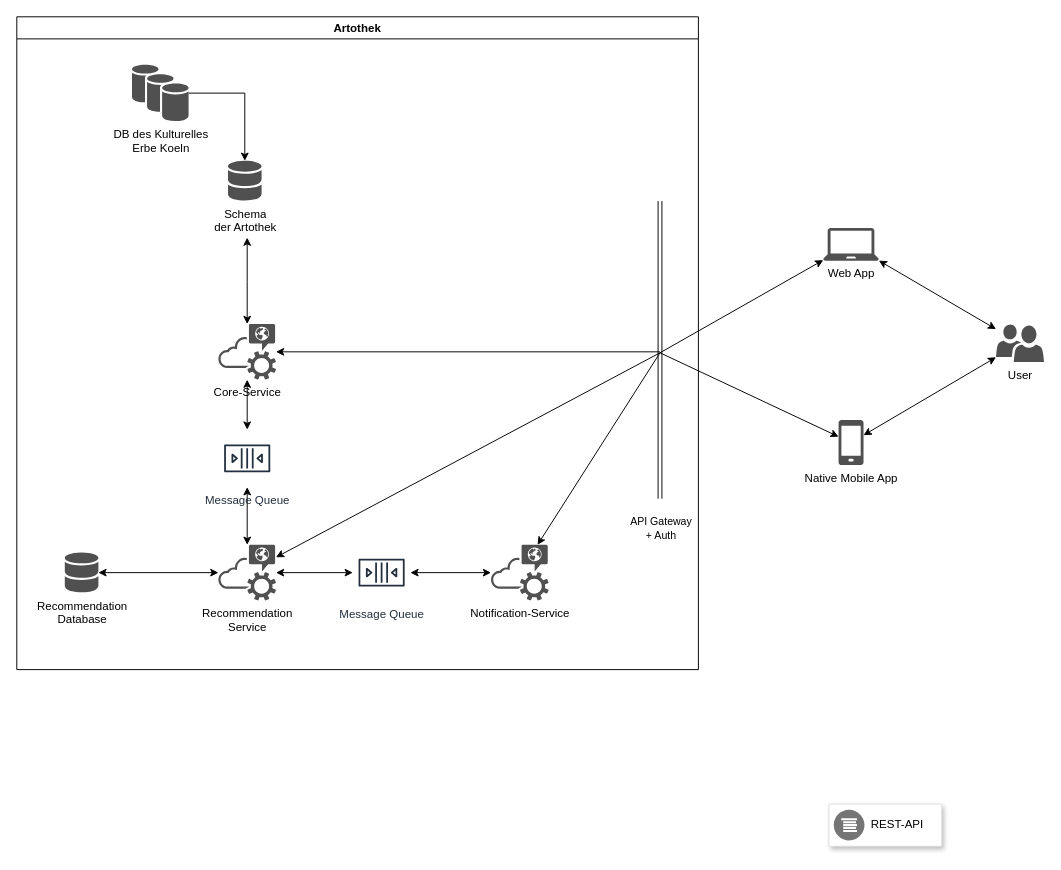
Before: page "Architecture Diagram" (3 of 5) of Artefakte/Untitled Diagram.drawio in JJJS777/EPWS2122KwintSchiller, a draw.io diagram. Source tidied: cells renumbered, new cells numbered last; positions are measured from the earlier drawing's top-left corner, leaving out a move shared by most shapes. Both pictures are drawn from the tidied source at 96%, with x=0, y=0 at pixel (16, 16).
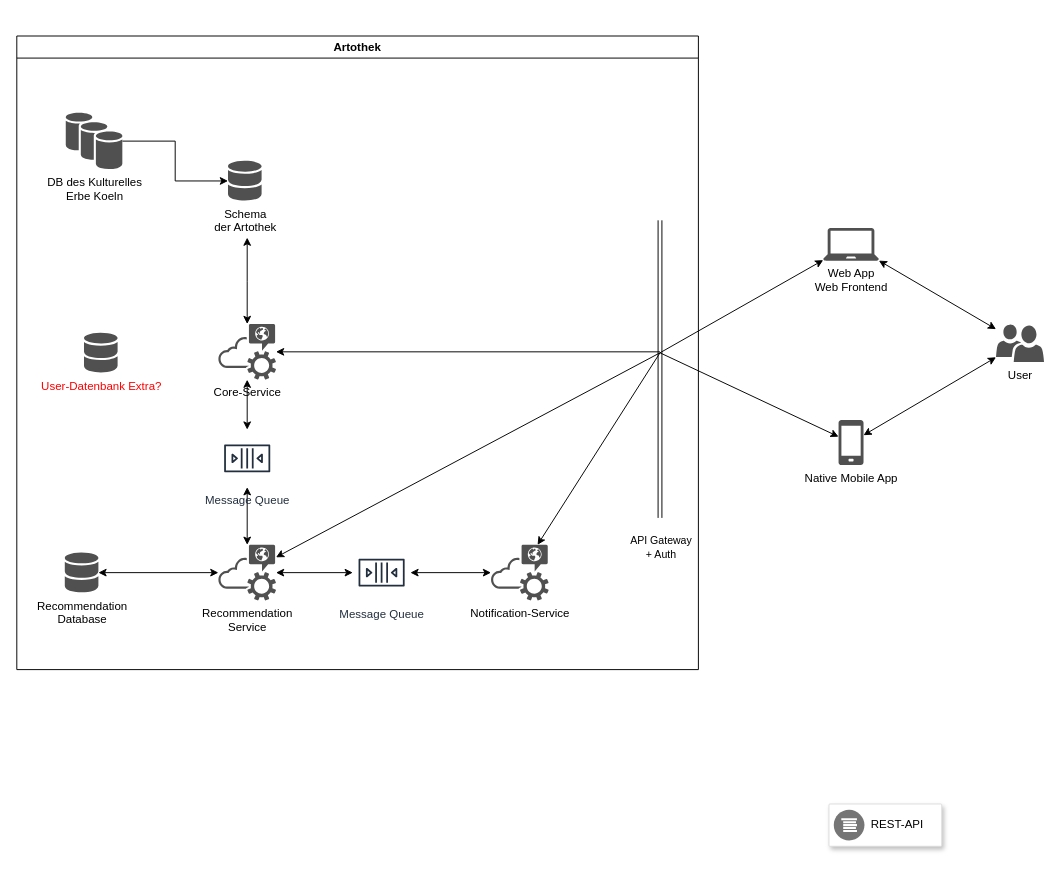
After the change.

Diff of the diagram source:
```diff
@@
-    <mxCell id="4" value="DB des Kulturelles &lt;br&gt;Erbe Koeln" style="sketch=0;shadow=0;dashed=0;html=1;strokeColor=none;fillColor=#505050;labelPosition=center;verticalLabelPosition=bottom;verticalAlign=top;outlineConnect=0;align=center;shape=mxgraph.office.databases.database_availability_group;" parent="1" vertex="1">
-      <mxGeometry x="120" y="50" width="59" height="59" as="geometry" />
-    </mxCell>
@@
     <mxCell id="27" value="Artothek" style="swimlane;" parent="1" vertex="1">
-      <mxGeometry width="710" height="680" as="geometry" />
+      <mxGeometry y="20" width="710" height="660" as="geometry" />
     </mxCell>
@@
+    <mxCell id="4" value="DB des Kulturelles &lt;br&gt;Erbe Koeln" style="sketch=0;shadow=0;dashed=0;html=1;strokeColor=none;fillColor=#505050;labelPosition=center;verticalLabelPosition=bottom;verticalAlign=top;outlineConnect=0;align=center;shape=mxgraph.office.databases.database_availability_group;" parent="27" vertex="1">
+      <mxGeometry x="51" y="80" width="59" height="59" as="geometry" />
+    </mxCell>
+    <mxCell id="32" value="&lt;font color=&quot;#FF0000&quot;&gt;User-Datenbank Extra?&lt;/font&gt;" style="sketch=0;shadow=0;dashed=0;html=1;strokeColor=none;fillColor=#505050;labelPosition=center;verticalLabelPosition=bottom;verticalAlign=top;align=center;shape=mxgraph.office.databases.database_mini_2;" parent="27" vertex="1">
+      <mxGeometry x="70" y="309" width="35" height="42" as="geometry" />
+    </mxCell>
@@
-    <mxCell id="31" value="Web App" style="shadow=0;dashed=0;html=1;strokeColor=none;fillColor=#505050;labelPosition=center;verticalLabelPosition=bottom;verticalAlign=top;outlineConnect=0;align=center;shape=mxgraph.office.devices.laptop;" parent="1" vertex="1">
+    <mxCell id="31" value="&lt;div&gt;Web App&lt;br&gt;Web Frontend&lt;br&gt;&lt;/div&gt;" style="shadow=0;dashed=0;html=1;strokeColor=none;fillColor=#505050;labelPosition=center;verticalLabelPosition=bottom;verticalAlign=top;outlineConnect=0;align=center;shape=mxgraph.office.devices.laptop;" parent="1" vertex="1">
       <mxGeometry x="840" y="220" width="58" height="34" as="geometry" />
     </mxCell>
```
